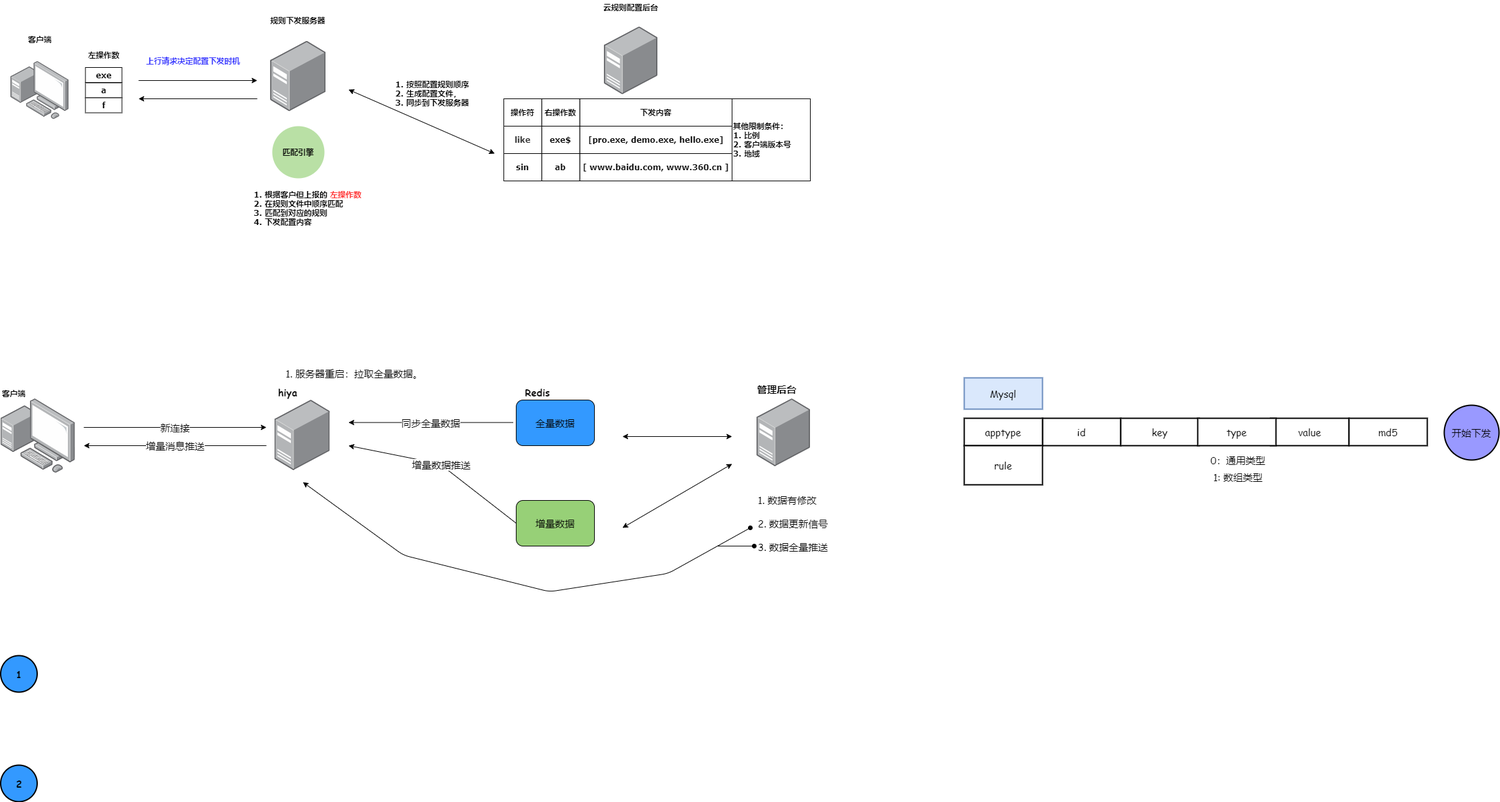
Above: net/Untitled Diagram.png in aizsfgk/cdn (draw.io), before the change. Source tidied: cells renumbered, new cells last; positions are measured from the earlier drawing's top-left corner, leaving out a move shared by most shapes.
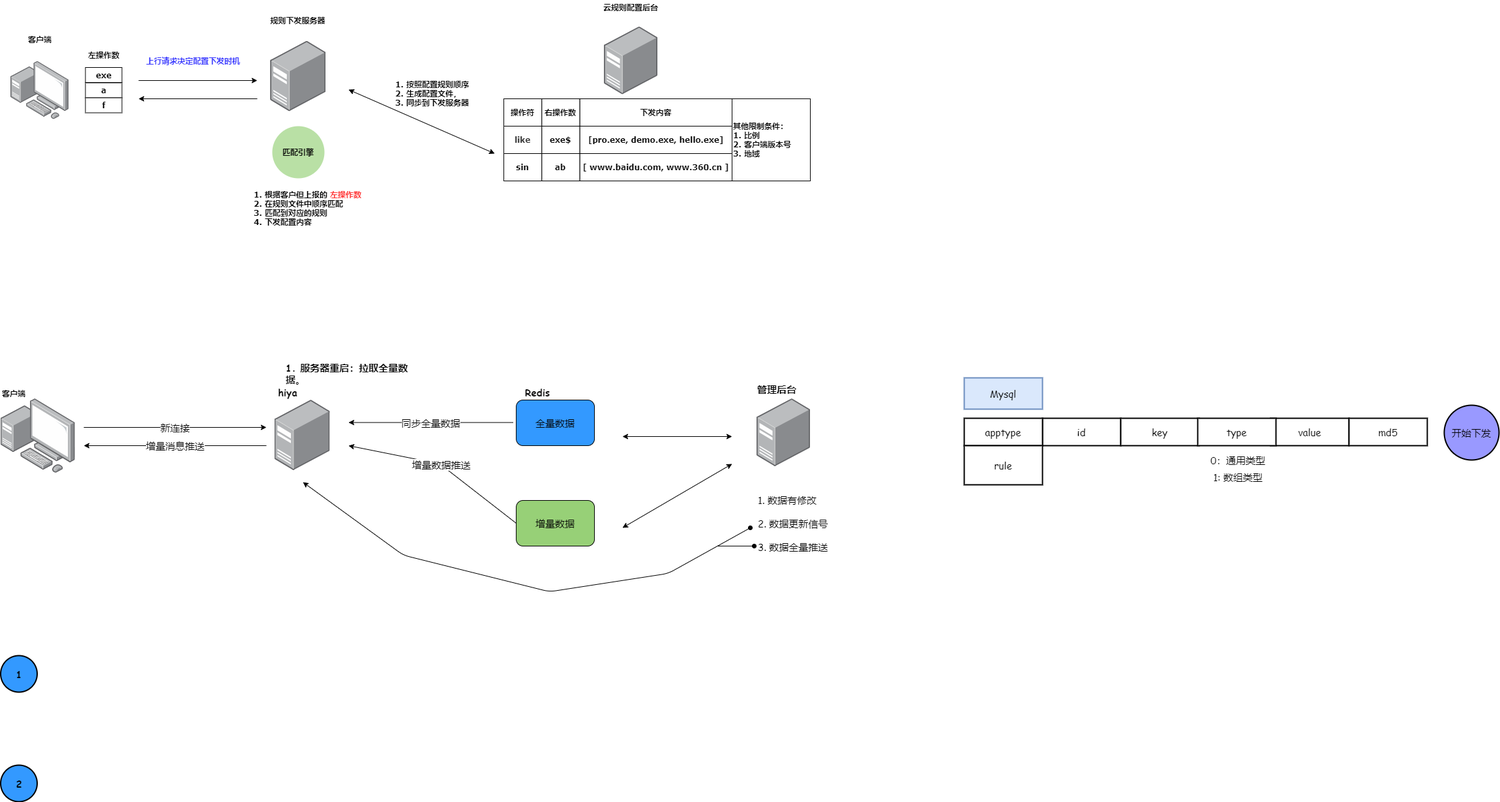
Later version of the same file.

The edit, as a diff of the source:
```diff
@@ -149,7 +149,7 @@
     <mxCell id="44" value="1. 数据有修改&lt;br&gt;&lt;br&gt;2. 数据更新信号&lt;br&gt;&lt;br&gt;3. 数据全量推送" style="text;html=1;strokeColor=none;fillColor=none;align=left;verticalAlign=middle;whiteSpace=wrap;rounded=0;labelBackgroundColor=none;fontFamily=Comic Sans MS;fontSize=15;" parent="1" vertex="1">
       <mxGeometry x="1160" y="747" width="196" height="108" as="geometry" />
     </mxCell>
-    <mxCell id="45" value="1. 服务器重启：拉取全量数据。&lt;br&gt;" style="text;html=1;strokeColor=none;fillColor=none;align=left;verticalAlign=middle;whiteSpace=wrap;rounded=0;labelBackgroundColor=none;fontFamily=Comic Sans MS;fontSize=15;" parent="1" vertex="1">
+    <mxCell id="45" value="1. 服务器重启：拉取全量数据。&lt;br&gt;" style="text;html=1;strokeColor=none;fillColor=none;align=left;verticalAlign=middle;whiteSpace=wrap;rounded=0;labelBackgroundColor=none;fontFamily=Comic Sans MS;fontSize=15;fontStyle=1;" parent="1" vertex="1">
       <mxGeometry x="436" y="552" width="215" height="38" as="geometry" />
     </mxCell>
     <mxCell id="46" value="Redis" style="text;html=1;strokeColor=none;fillColor=none;align=center;verticalAlign=middle;whiteSpace=wrap;rounded=0;labelBackgroundColor=none;fontFamily=Comic Sans MS;fontSize=15;fontStyle=1;" parent="1" vertex="1">
```
